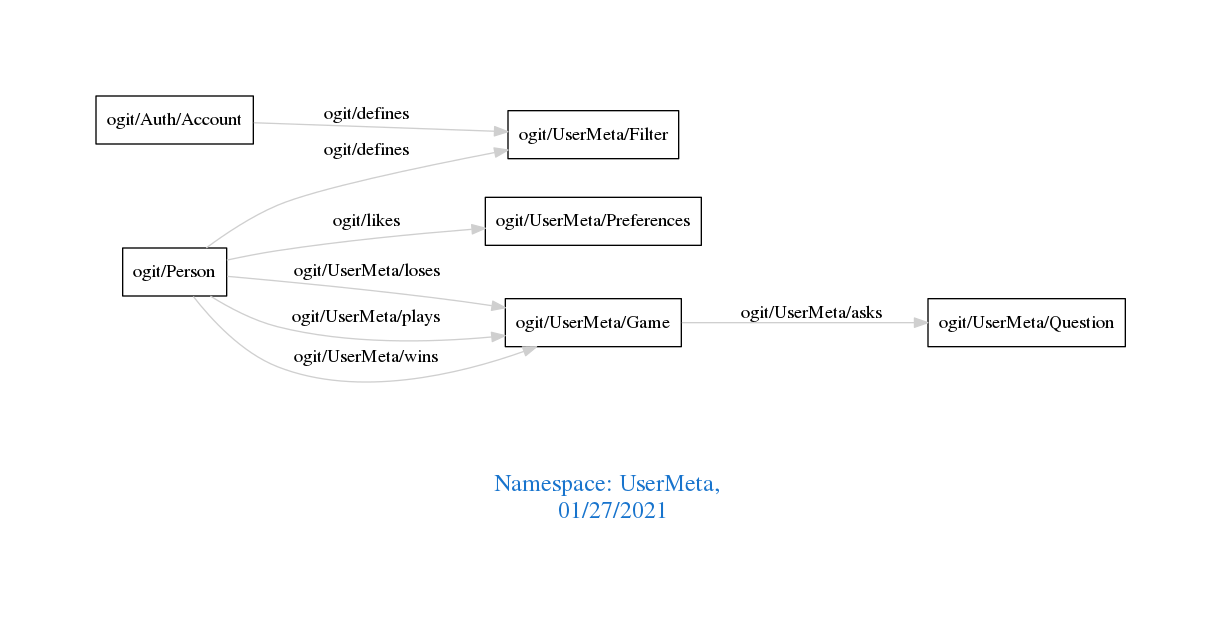
Earlier version of the Graphviz export downloads/UserMeta.png (arago/OGIT). Its source is kept beside it as downloads/UserMeta.dot.
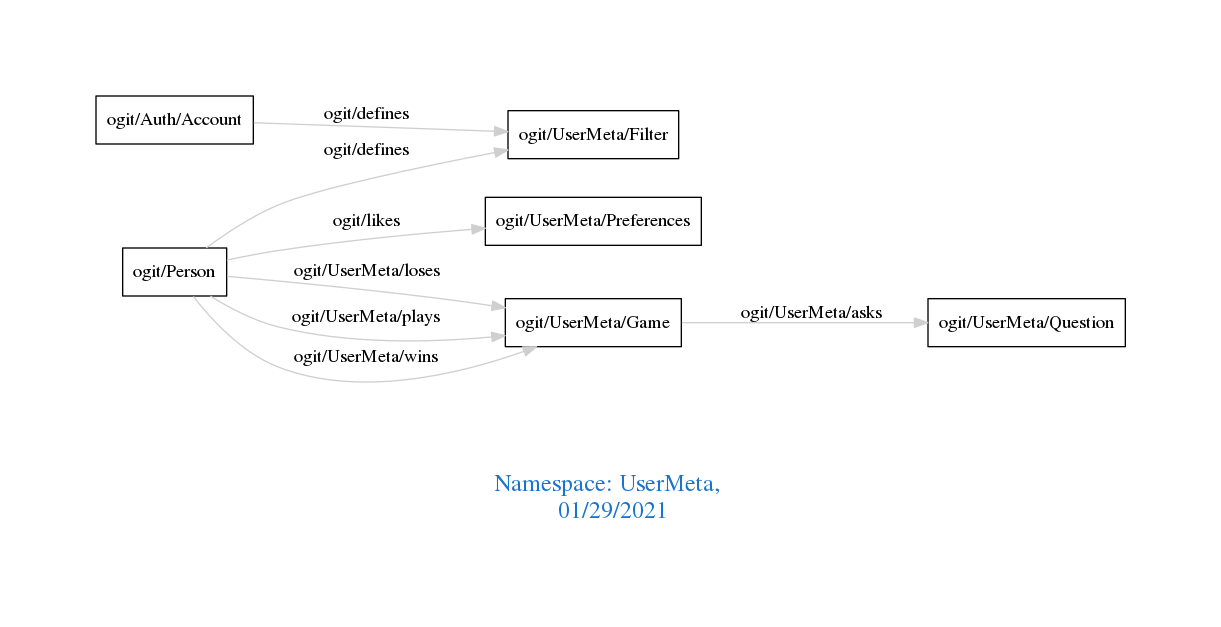
The same file after the commit.

Change to the diagram source:
```diff
@@ -1,7 +1,7 @@
 digraph OGIT_ontology {
  graph [ rankdir= LR,pad=1
 fontsize = 18,
-fontcolor= dodgerblue3,label = "\n\n\nNamespace: UserMeta, \n 01/27/2021"];
+fontcolor= dodgerblue3,label = "\n\n\nNamespace: UserMeta, \n 01/29/2021"];
 node[shape=polygon];
 edge [  color="gray81"];
 
```
